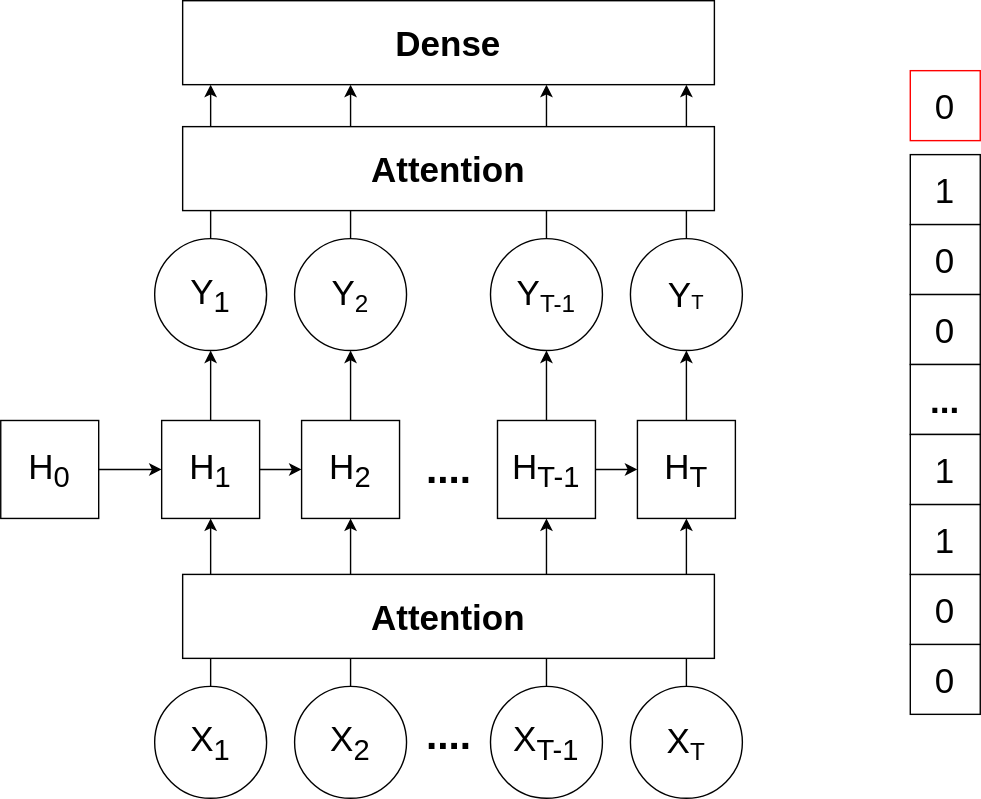
The draw.io diagram Attention_Location.svg in Pcyslist/MY_EA-LSTM, before a commit. Source tidied: cells renumbered, new cells last; positions are measured from the earlier drawing's top-left corner, leaving out a move shared by most shapes.
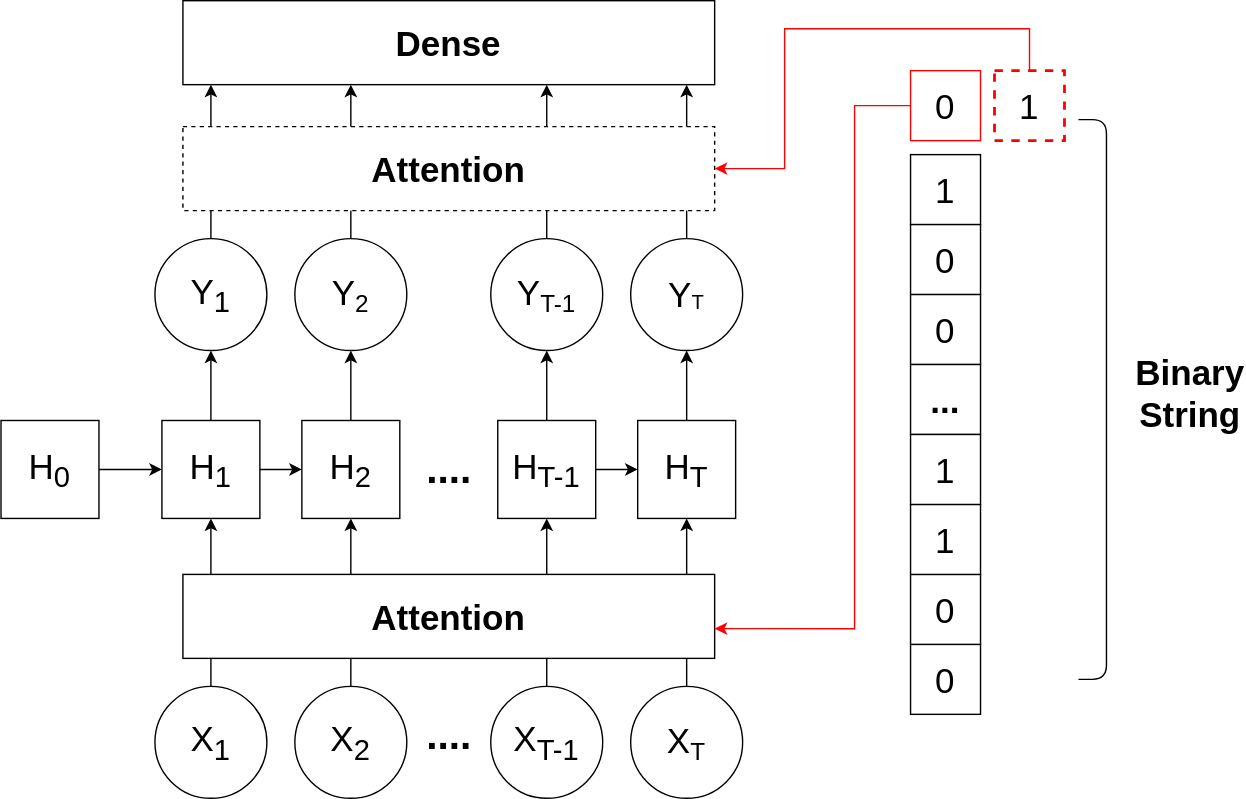
Later version of the same file.

Change to the diagram source:
```diff
@@ -118,9 +118,17 @@
     <mxCell id="33" value="&lt;span style=&quot;font-size: 25px&quot;&gt;&lt;b&gt;Dense&lt;/b&gt;&lt;/span&gt;" style="rounded=0;whiteSpace=wrap;html=1;" parent="1" vertex="1">
       <mxGeometry x="130" width="380" height="60" as="geometry" />
     </mxCell>
-    <mxCell id="34" value="&lt;font style=&quot;font-size: 25px&quot;&gt;&lt;b&gt;Attention&lt;/b&gt;&lt;/font&gt;" style="rounded=0;whiteSpace=wrap;html=1;" parent="1" vertex="1">
+    <mxCell id="34" value="&lt;font style=&quot;font-size: 25px&quot;&gt;&lt;b&gt;Attention&lt;/b&gt;&lt;/font&gt;" style="rounded=0;whiteSpace=wrap;html=1;dashed=1;" parent="1" vertex="1">
       <mxGeometry x="130" y="90" width="380" height="60" as="geometry" />
     </mxCell>
+    <mxCell id="44" style="edgeStyle=orthogonalEdgeStyle;rounded=0;jettySize=auto;html=1;entryX=1;entryY=0.646;entryDx=0;entryDy=0;entryPerimeter=0;strokeColor=#FF0000;" parent="1" edge="1" source="35" target="23">
+      <mxGeometry relative="1" as="geometry">
+        <Array as="points">
+          <mxPoint x="610" y="75" />
+          <mxPoint x="610" y="449" />
+        </Array>
+      </mxGeometry>
+    </mxCell>
     <mxCell id="35" value="&lt;font style=&quot;font-size: 25px&quot;&gt;0&lt;/font&gt;" style="whiteSpace=wrap;html=1;fillColor=#ffffff;strokeColor=#FF0000;" parent="1" vertex="1">
       <mxGeometry x="650" y="50" width="50" height="50" as="geometry" />
     </mxCell>
@@ -148,5 +156,23 @@
     <mxCell id="43" value="&lt;font style=&quot;font-size: 25px&quot;&gt;1&lt;/font&gt;" style="whiteSpace=wrap;html=1;fillColor=#ffffff;" parent="1" vertex="1">
       <mxGeometry x="650" y="310" width="50" height="50" as="geometry" />
     </mxCell>
+    <mxCell id="45" style="shape=curlyBracket;whiteSpace=wrap;html=1;rounded=1;flipH=1;fillColor=#ffffff;size=0;" parent="1" vertex="1">
+      <mxGeometry x="770" y="85" width="20" height="400" as="geometry" />
+    </mxCell>
+    <mxCell id="46" value="&lt;font style=&quot;font-size: 25px&quot;&gt;&lt;b&gt;Binary String&lt;/b&gt;&lt;/font&gt;" style="text;html=1;strokeColor=none;fillColor=none;align=center;verticalAlign=middle;whiteSpace=wrap;rounded=0;" parent="1" vertex="1">
+      <mxGeometry x="830" y="270" width="40" height="20" as="geometry" />
+    </mxCell>
+    <mxCell id="47" style="edgeStyle=orthogonalEdgeStyle;rounded=0;jettySize=auto;html=1;entryX=1;entryY=0.5;entryDx=0;entryDy=0;strokeColor=#FF0000;" parent="1" edge="1" source="48" target="34">
+      <mxGeometry relative="1" as="geometry">
+        <Array as="points">
+          <mxPoint x="735" y="20" />
+          <mxPoint x="560" y="20" />
+          <mxPoint x="560" y="120" />
+        </Array>
+      </mxGeometry>
+    </mxCell>
+    <mxCell id="48" value="&lt;font style=&quot;font-size: 25px&quot;&gt;1&lt;/font&gt;" style="whiteSpace=wrap;html=1;fillColor=#ffffff;dashed=1;strokeWidth=2;strokeColor=#FF0000;" parent="1" vertex="1">
+      <mxGeometry x="710" y="50" width="50" height="50" as="geometry" />
+    </mxCell>
   </root>
 </mxGraphModel>
```
